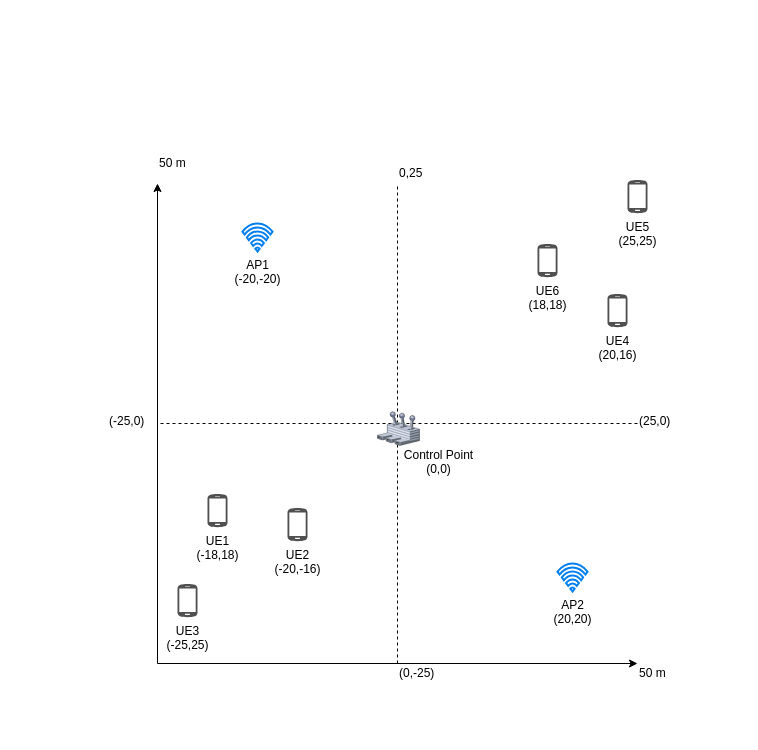
Kirkirillka/GPS_Tracker keeps this draw.io diagram as page "Exp4-Suboptimal" (1 of 7) of docs/experiment/sections/images/05-cases-description.drawio. Above is the earlier version. Source tidied: cells renumbered, new cells numbered last; positions are measured from the earlier drawing's top-left corner, leaving out a move shared by most shapes. Both pictures are drawn from the tidied source at 100%, with x=0, y=0 at pixel (107, 153).
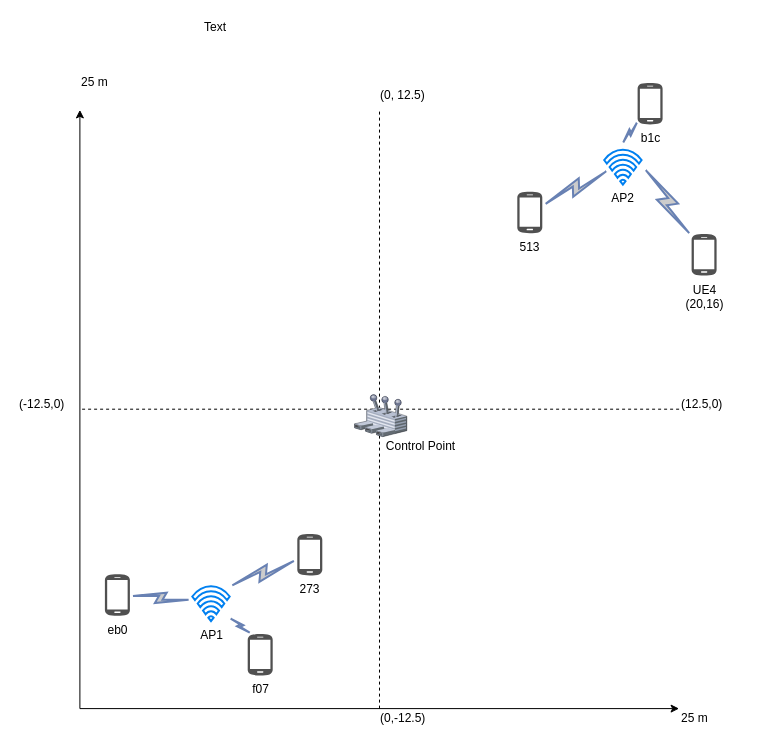
The same diagram, later.

The edit, as a diff of the source:
```diff
@@
-    <mxCell id="2" style="endArrow=classic;html=1;" parent="1" edge="1">
-      <mxGeometry relative="1" as="geometry">
-        <mxPoint x="50" y="510" as="sourcePoint" />
-        <mxPoint x="50" y="30" as="targetPoint" />
-      </mxGeometry>
-    </mxCell>
-    <mxCell id="3" style="endArrow=classic;html=1;" parent="1" edge="1">
-      <mxGeometry relative="1" as="geometry">
-        <mxPoint x="50" y="510" as="sourcePoint" />
-        <mxPoint x="530" y="510" as="targetPoint" />
-      </mxGeometry>
-    </mxCell>
-    <mxCell id="4" style="endArrow=none;html=1;dashed=1;" parent="1" edge="1">
-      <mxGeometry relative="1" as="geometry">
-        <mxPoint x="290" y="510" as="sourcePoint" />
-        <mxPoint x="290" y="30" as="targetPoint" />
-      </mxGeometry>
-    </mxCell>
-    <mxCell id="5" style="endArrow=none;html=1;dashed=1;" parent="1" edge="1">
-      <mxGeometry relative="1" as="geometry">
-        <mxPoint x="530" y="270" as="sourcePoint" />
-        <mxPoint x="50" y="270" as="targetPoint" />
-      </mxGeometry>
-    </mxCell>
-    <mxCell id="6" value="UE6&lt;br&gt;(18,18)&lt;br&gt;" style="shadow=0;dashed=0;html=1;strokeColor=none;fillColor=#505050;labelPosition=center;verticalLabelPosition=bottom;verticalAlign=top;align=center;shape=mxgraph.office.devices.cell_phone_android_standalone;" parent="1" vertex="1">
-      <mxGeometry x="430" y="90" width="20" height="34" as="geometry" />
-    </mxCell>
-    <mxCell id="7" value="Control Point&lt;br&gt;(0,0)" style="text;html=1;align=center;verticalAlign=top;spacingTop=-4;" parent="1" vertex="1">
-      <mxGeometry x="291" y="292" width="80" height="30" as="geometry" />
-    </mxCell>
-    <mxCell id="8" value="UE5&lt;br&gt;(25,25)&lt;br&gt;" style="shadow=0;dashed=0;html=1;strokeColor=none;fillColor=#505050;labelPosition=center;verticalLabelPosition=bottom;verticalAlign=top;align=center;shape=mxgraph.office.devices.cell_phone_android_standalone;" parent="1" vertex="1">
-      <mxGeometry x="520" y="26" width="20" height="34" as="geometry" />
-    </mxCell>
+    <mxCell id="22" style="group;" parent="1" vertex="1">
+      <mxGeometry x="-90" y="-81" width="724" height="661" as="geometry" />
+    </mxCell>
+    <mxCell id="23" style="endArrow=classic;html=1;" parent="22" edge="1">
+      <mxGeometry relative="1" as="geometry">
+        <mxPoint x="62.4" y="636.1" as="sourcePoint" />
+        <mxPoint x="62.4" y="37.4" as="targetPoint" />
+      </mxGeometry>
+    </mxCell>
+    <mxCell id="24" style="endArrow=classic;html=1;" parent="22" edge="1">
+      <mxGeometry relative="1" as="geometry">
+        <mxPoint x="62.4" y="636.1" as="sourcePoint" />
+        <mxPoint x="661.6" y="636.1" as="targetPoint" />
+      </mxGeometry>
+    </mxCell>
+    <mxCell id="25" style="endArrow=none;html=1;dashed=1;" parent="22" edge="1">
+      <mxGeometry relative="1" as="geometry">
+        <mxPoint x="362" y="636.1" as="sourcePoint" />
+        <mxPoint x="362" y="37.4" as="targetPoint" />
+      </mxGeometry>
+    </mxCell>
+    <mxCell id="26" style="endArrow=none;html=1;dashed=1;" parent="22" edge="1">
+      <mxGeometry relative="1" as="geometry">
+        <mxPoint x="661.6" y="336.7" as="sourcePoint" />
+        <mxPoint x="62.4" y="336.7" as="targetPoint" />
+      </mxGeometry>
+    </mxCell>
+    <mxCell id="27" value="513&lt;br&gt;" style="shadow=0;dashed=0;html=1;strokeColor=none;fillColor=#505050;labelPosition=center;verticalLabelPosition=bottom;verticalAlign=top;outlineConnect=0;align=center;shape=mxgraph.office.devices.cell_phone_android_standalone;" parent="22" vertex="1">
+      <mxGeometry x="499.8" y="118.7" width="25" height="42.4" as="geometry" />
+    </mxCell>
+    <mxCell id="28" value="Control Point&lt;br&gt;" style="text;html=1;align=center;verticalAlign=top;spacingTop=-4;" parent="22" vertex="1">
+      <mxGeometry x="363.2" y="364.2" width="80" height="20" as="geometry" />
+    </mxCell>
+    <mxCell id="29" value="b1c&lt;br&gt;" style="shadow=0;dashed=0;html=1;strokeColor=none;fillColor=#505050;labelPosition=center;verticalLabelPosition=bottom;verticalAlign=top;outlineConnect=0;align=center;shape=mxgraph.office.devices.cell_phone_android_standalone;" parent="22" vertex="1">
+      <mxGeometry x="620.1" y="9.9" width="25" height="42.4" as="geometry" />
+    </mxCell>
-    <mxCell id="9" value="UE4&lt;br&gt;(20,16)&lt;br&gt;" style="shadow=0;dashed=0;html=1;strokeColor=none;fillColor=#505050;labelPosition=center;verticalLabelPosition=bottom;verticalAlign=top;outlineConnect=0;align=center;shape=mxgraph.office.devices.cell_phone_android_standalone;" parent="1" vertex="1">
-      <mxGeometry x="500" y="140" width="20" height="34" as="geometry" />
+    <mxCell id="9" value="UE4&lt;br&gt;(20,16)&lt;br&gt;" style="shadow=0;dashed=0;html=1;strokeColor=none;fillColor=#505050;labelPosition=center;verticalLabelPosition=bottom;verticalAlign=top;outlineConnect=0;align=center;shape=mxgraph.office.devices.cell_phone_android_standalone;" parent="22" vertex="1">
+      <mxGeometry x="674.1" y="161.1" width="25" height="42.4" as="geometry" />
     </mxCell>
-    <mxCell id="10" value="UE1&lt;br&gt;(-18,18)&lt;br&gt;" style="shadow=0;dashed=0;html=1;strokeColor=none;fillColor=#505050;labelPosition=center;verticalLabelPosition=bottom;verticalAlign=top;align=center;shape=mxgraph.office.devices.cell_phone_android_standalone;" parent="1" vertex="1">
-      <mxGeometry x="100" y="340" width="20" height="34" as="geometry" />
-    </mxCell>
-    <mxCell id="11" value="UE2&lt;br&gt;(-20,-16)&lt;br&gt;" style="shadow=0;dashed=0;html=1;strokeColor=none;fillColor=#505050;labelPosition=center;verticalLabelPosition=bottom;verticalAlign=top;align=center;shape=mxgraph.office.devices.cell_phone_android_standalone;" parent="1" vertex="1">
-      <mxGeometry x="180" y="354" width="20" height="34" as="geometry" />
-    </mxCell>
-    <mxCell id="12" value="UE3&lt;br&gt;(-25,25)" style="shadow=0;dashed=0;html=1;strokeColor=none;fillColor=#505050;labelPosition=center;verticalLabelPosition=bottom;verticalAlign=top;align=center;shape=mxgraph.office.devices.cell_phone_android_standalone;" parent="1" vertex="1">
-      <mxGeometry x="70" y="430" width="20" height="34" as="geometry" />
-    </mxCell>
-    <mxCell id="13" value="AP1&lt;br&gt;(-20,-20)&lt;br&gt;" style="html=1;verticalLabelPosition=bottom;align=center;labelBackgroundColor=#ffffff;verticalAlign=top;strokeWidth=2;strokeColor=#0080F0;fillColor=#ffffff;shadow=0;dashed=0;shape=mxgraph.ios7.icons.wifi;" parent="1" vertex="1">
-      <mxGeometry x="135" y="70" width="30" height="28" as="geometry" />
-    </mxCell>
-    <mxCell id="14" style="verticalLabelPosition=bottom;html=1;verticalAlign=top;strokeColor=none;align=center;shape=mxgraph.citrix.user_control;" parent="1" vertex="1">
-      <mxGeometry x="270" y="258" width="42" height="34" as="geometry" />
-    </mxCell>
-    <mxCell id="15" value="AP2&lt;br&gt;(20,20)&lt;br&gt;" style="html=1;verticalLabelPosition=bottom;align=center;labelBackgroundColor=#ffffff;verticalAlign=top;strokeWidth=2;strokeColor=#0080F0;fillColor=#ffffff;shadow=0;dashed=0;shape=mxgraph.ios7.icons.wifi;" parent="1" vertex="1">
-      <mxGeometry x="450" y="410" width="30" height="28" as="geometry" />
-    </mxCell>
-    <mxCell id="16" value="50 m&amp;nbsp;" style="text;html=1;align=left;verticalAlign=top;spacingTop=-4;" parent="1" vertex="1">
-      <mxGeometry x="530" y="510" width="50" height="20" as="geometry" />
-    </mxCell>
-    <mxCell id="17" value="50 m" style="text;html=1;align=left;verticalAlign=top;spacingTop=-4;" parent="1" vertex="1">
-      <mxGeometry x="50" width="40" height="20" as="geometry" />
-    </mxCell>
-    <mxCell id="18" value="(25,0)" style="text;html=1;align=left;verticalAlign=top;spacingTop=-4;" parent="1" vertex="1">
-      <mxGeometry x="530" y="258" width="50" height="20" as="geometry" />
-    </mxCell>
-    <mxCell id="19" value="(0,-25)" style="text;html=1;align=left;verticalAlign=top;spacingTop=-4;" parent="1" vertex="1">
-      <mxGeometry x="289.5" y="510" width="50" height="20" as="geometry" />
-    </mxCell>
-    <mxCell id="20" value="(-25,0)" style="text;html=1;align=left;verticalAlign=top;spacingTop=-4;" parent="1" vertex="1">
-      <mxGeometry y="258" width="50" height="20" as="geometry" />
-    </mxCell>
-    <mxCell id="21" value="0,25" style="text;html=1;align=left;verticalAlign=top;spacingTop=-4;" parent="1" vertex="1">
-      <mxGeometry x="289.5" y="10" width="40" height="20" as="geometry" />
-    </mxCell>
+    <mxCell id="30" value="273&lt;br&gt;" style="shadow=0;dashed=0;html=1;strokeColor=none;fillColor=#505050;labelPosition=center;verticalLabelPosition=bottom;verticalAlign=top;outlineConnect=0;align=center;shape=mxgraph.office.devices.cell_phone_android_standalone;" parent="22" vertex="1">
+      <mxGeometry x="279.8" y="461" width="25" height="42.4" as="geometry" />
+    </mxCell>
+    <mxCell id="31" value="f07&lt;br&gt;" style="shadow=0;dashed=0;html=1;strokeColor=none;fillColor=#505050;labelPosition=center;verticalLabelPosition=bottom;verticalAlign=top;outlineConnect=0;align=center;shape=mxgraph.office.devices.cell_phone_android_standalone;" parent="22" vertex="1">
+      <mxGeometry x="230.2" y="561" width="25" height="42.4" as="geometry" />
+    </mxCell>
+    <mxCell id="32" value="eb0&lt;br&gt;" style="shadow=0;dashed=0;html=1;strokeColor=none;fillColor=#505050;labelPosition=center;verticalLabelPosition=bottom;verticalAlign=top;outlineConnect=0;align=center;shape=mxgraph.office.devices.cell_phone_android_standalone;" parent="22" vertex="1">
+      <mxGeometry x="87.4" y="501.3" width="25" height="42.4" as="geometry" />
+    </mxCell>
+    <mxCell id="33" value="AP1&lt;br&gt;" style="html=1;verticalLabelPosition=bottom;align=center;labelBackgroundColor=#ffffff;verticalAlign=top;strokeWidth=2;strokeColor=#0080F0;fillColor=#ffffff;shadow=0;dashed=0;shape=mxgraph.ios7.icons.wifi;" parent="22" vertex="1">
+      <mxGeometry x="174.8" y="513.8" width="37.4" height="34.9" as="geometry" />
+    </mxCell>
+    <mxCell id="34" style="verticalLabelPosition=bottom;html=1;verticalAlign=top;strokeColor=none;align=center;shape=mxgraph.citrix.user_control;" parent="22" vertex="1">
+      <mxGeometry x="337" y="321.8" width="52.4" height="42.4" as="geometry" />
+    </mxCell>
+    <mxCell id="35" value="AP2&lt;br&gt;" style="html=1;verticalLabelPosition=bottom;align=center;labelBackgroundColor=#ffffff;verticalAlign=top;strokeWidth=2;strokeColor=#0080F0;fillColor=#ffffff;shadow=0;dashed=0;shape=mxgraph.ios7.icons.wifi;" parent="22" vertex="1">
+      <mxGeometry x="586.7" y="77.3" width="37.4" height="34.9" as="geometry" />
+    </mxCell>
+    <mxCell id="36" value="25 m&amp;nbsp;" style="text;html=1;align=left;verticalAlign=top;spacingTop=-4;" parent="22" vertex="1">
+      <mxGeometry x="661.6" y="636.1" width="50" height="20" as="geometry" />
+    </mxCell>
+    <mxCell id="37" value="25 m" style="text;html=1;align=left;verticalAlign=top;spacingTop=-4;" parent="22" vertex="1">
+      <mxGeometry x="62.4" width="40" height="20" as="geometry" />
+    </mxCell>
+    <mxCell id="38" value="(12.5,0)" style="text;html=1;align=left;verticalAlign=top;spacingTop=-4;" parent="22" vertex="1">
+      <mxGeometry x="661.6" y="321.8" width="60" height="20" as="geometry" />
+    </mxCell>
+    <mxCell id="39" value="(0,-12.5)" style="text;html=1;align=left;verticalAlign=top;spacingTop=-4;" parent="22" vertex="1">
+      <mxGeometry x="361.4" y="636.1" width="60" height="20" as="geometry" />
+    </mxCell>
+    <mxCell id="40" value="(-12.5,0)" style="text;html=1;align=left;verticalAlign=top;spacingTop=-4;" parent="22" vertex="1">
+      <mxGeometry y="321.8" width="60" height="20" as="geometry" />
+    </mxCell>
+    <mxCell id="41" value="(0, 12.5)" style="text;html=1;align=left;verticalAlign=top;spacingTop=-4;" parent="22" vertex="1">
+      <mxGeometry x="361.4" y="12.5" width="60" height="20" as="geometry" />
+    </mxCell>
+    <mxCell id="42" style="html=1;outlineConnect=0;fillColor=#CCCCCC;strokeColor=#6881B3;gradientColor=none;gradientDirection=north;strokeWidth=2;shape=mxgraph.networks.comm_link_edge;html=1;entryX=-0.016;entryY=0.388;entryDx=0;entryDy=0;entryPerimeter=0;" parent="22" edge="1" source="32" target="33">
+      <mxGeometry relative="1" as="geometry" />
+    </mxCell>
+    <mxCell id="43" style="html=1;outlineConnect=0;fillColor=#CCCCCC;strokeColor=#6881B3;gradientColor=none;gradientDirection=north;strokeWidth=2;shape=mxgraph.networks.comm_link_edge;html=1;entryX=0.979;entryY=0.013;entryDx=0;entryDy=0;entryPerimeter=0;" parent="22" edge="1" source="30" target="33">
+      <mxGeometry relative="1" as="geometry" />
+    </mxCell>
+    <mxCell id="44" style="html=1;outlineConnect=0;fillColor=#CCCCCC;strokeColor=#6881B3;gradientColor=none;gradientDirection=north;strokeWidth=2;shape=mxgraph.networks.comm_link_edge;html=1;entryX=0.997;entryY=0.902;entryDx=0;entryDy=0;entryPerimeter=0;" parent="22" edge="1" source="31" target="33">
+      <mxGeometry relative="1" as="geometry">
+        <Array as="points">
+          <mxPoint x="220" y="531" />
+        </Array>
+      </mxGeometry>
+    </mxCell>
+    <mxCell id="45" style="html=1;outlineConnect=0;fillColor=#CCCCCC;strokeColor=#6881B3;gradientColor=none;gradientDirection=north;strokeWidth=2;shape=mxgraph.networks.comm_link_edge;html=1;entryX=1.047;entryY=0.483;entryDx=0;entryDy=0;entryPerimeter=0;" parent="22" edge="1" source="9" target="35">
+      <mxGeometry relative="1" as="geometry" />
+    </mxCell>
+    <mxCell id="46" style="html=1;outlineConnect=0;fillColor=#CCCCCC;strokeColor=#6881B3;gradientColor=none;gradientDirection=north;strokeWidth=2;shape=mxgraph.networks.comm_link_edge;html=1;" parent="22" edge="1" target="29">
+      <mxGeometry relative="1" as="geometry">
+        <mxPoint x="605" y="71" as="sourcePoint" />
+      </mxGeometry>
+    </mxCell>
+    <mxCell id="47" style="html=1;outlineConnect=0;fillColor=#CCCCCC;strokeColor=#6881B3;gradientColor=none;gradientDirection=north;strokeWidth=2;shape=mxgraph.networks.comm_link_edge;html=1;entryX=0.145;entryY=0.562;entryDx=0;entryDy=0;entryPerimeter=0;" parent="22" edge="1" source="27" target="35">
+      <mxGeometry relative="1" as="geometry" />
+    </mxCell>
+    <mxCell id="48" value="Text" style="text;html=1;align=left;verticalAlign=top;spacingTop=-4;" parent="1" vertex="1">
+      <mxGeometry x="95" y="-136" width="40" height="20" as="geometry" />
+    </mxCell>
```
